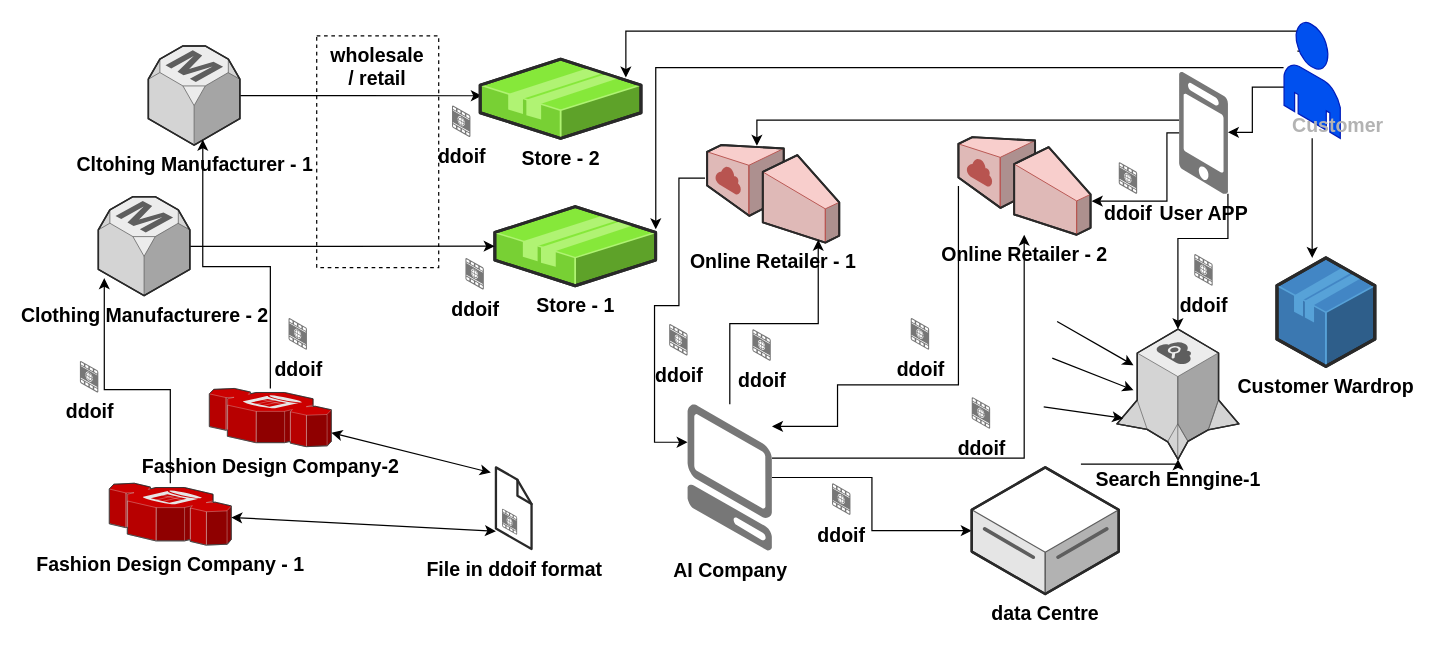
Before: ddoif_workflow.drawio in morawi/ddoif, a draw.io diagram. Source tidied: cells renumbered, new cells numbered last; positions are measured from the earlier drawing's top-left corner, leaving out a move shared by most shapes. Both pictures are drawn from the tidied source at 122%, with x=0, y=0 at pixel (79, 22).
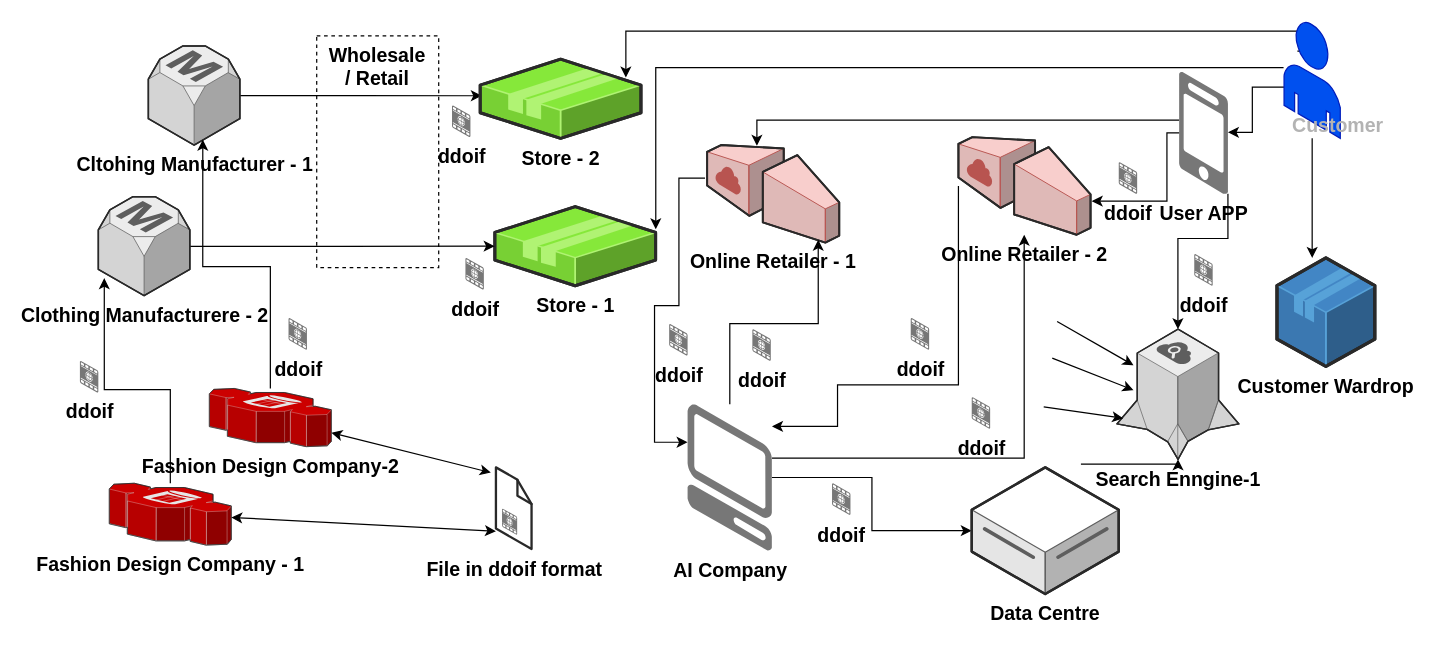
Above is the later version.

What changed in the source:
```diff
@@
-    <mxCell id="2" value="&lt;b style=&quot;font-size: 16px;&quot;&gt;wholesale &lt;br style=&quot;font-size: 16px;&quot;&gt;/ retail&lt;/b&gt;" style="whiteSpace=wrap;html=1;shadow=0;strokeWidth=1;fontSize=16;dashed=1;horizontal=1;verticalAlign=top;fontFamily=Helvetica;" parent="1" vertex="1">
+    <mxCell id="2" value="&lt;b style=&quot;font-size: 16px&quot;&gt;Wholesale &lt;br style=&quot;font-size: 16px&quot;&gt;/ Retail&lt;/b&gt;" style="whiteSpace=wrap;html=1;shadow=0;strokeWidth=1;fontSize=16;dashed=1;horizontal=1;verticalAlign=top;fontFamily=Helvetica;" parent="1" vertex="1">
       <mxGeometry x="194.1" y="10.9" width="100" height="190" as="geometry" />
     </mxCell>
@@
-    <mxCell id="21" value="&lt;font style=&quot;font-size: 16px;&quot;&gt;&lt;b style=&quot;font-size: 16px;&quot;&gt;data Centre&lt;/b&gt;&lt;/font&gt;" style="verticalLabelPosition=bottom;html=1;verticalAlign=top;strokeWidth=1;align=center;outlineConnect=0;dashed=0;outlineConnect=0;shape=mxgraph.aws3d.dataServer;strokeColor=#5E5E5E;shadow=0;fontSize=16;fontFamily=Helvetica;" parent="1" vertex="1">
+    <mxCell id="21" value="&lt;font style=&quot;font-size: 16px&quot;&gt;&lt;b style=&quot;font-size: 16px&quot;&gt;Data Centre&lt;/b&gt;&lt;/font&gt;" style="verticalLabelPosition=bottom;html=1;verticalAlign=top;strokeWidth=1;align=center;outlineConnect=0;dashed=0;outlineConnect=0;shape=mxgraph.aws3d.dataServer;strokeColor=#5E5E5E;shadow=0;fontSize=16;fontFamily=Helvetica;" parent="1" vertex="1">
       <mxGeometry x="731" y="364.6" width="120.5" height="103.8" as="geometry" />
     </mxCell>
```
